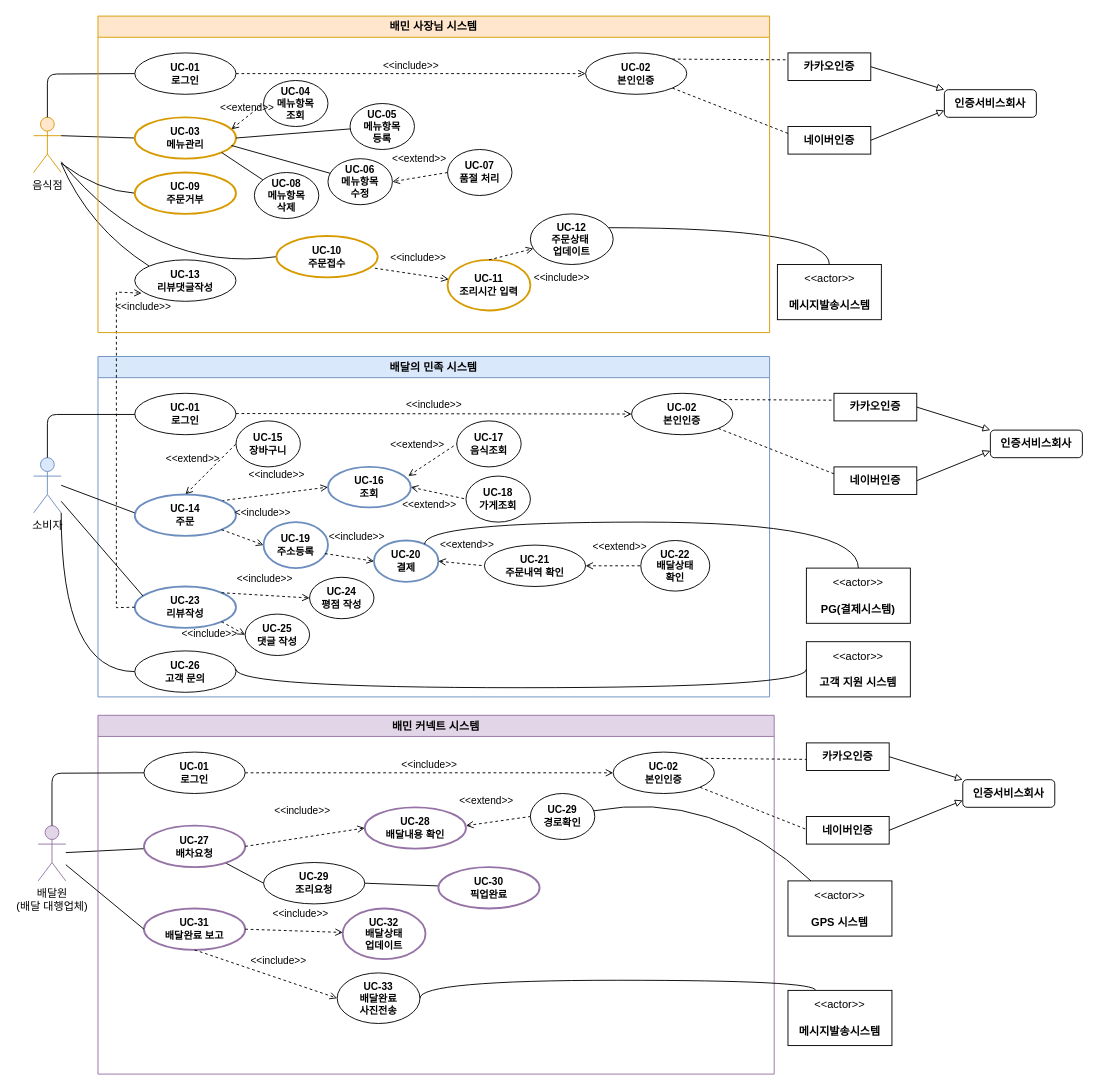
The draw.io diagram page "페이지-1" (1 of 3) of 소웨공 기말.drawio in hyun10144/Lecture3-1, before the edit. Source tidied: cells renumbered, new cells numbered last; positions are measured from the earlier drawing's top-left corner, leaving out a move shared by most shapes. Both pictures are drawn from the tidied source at 92%, with x=0, y=0 at pixel (33, 16).
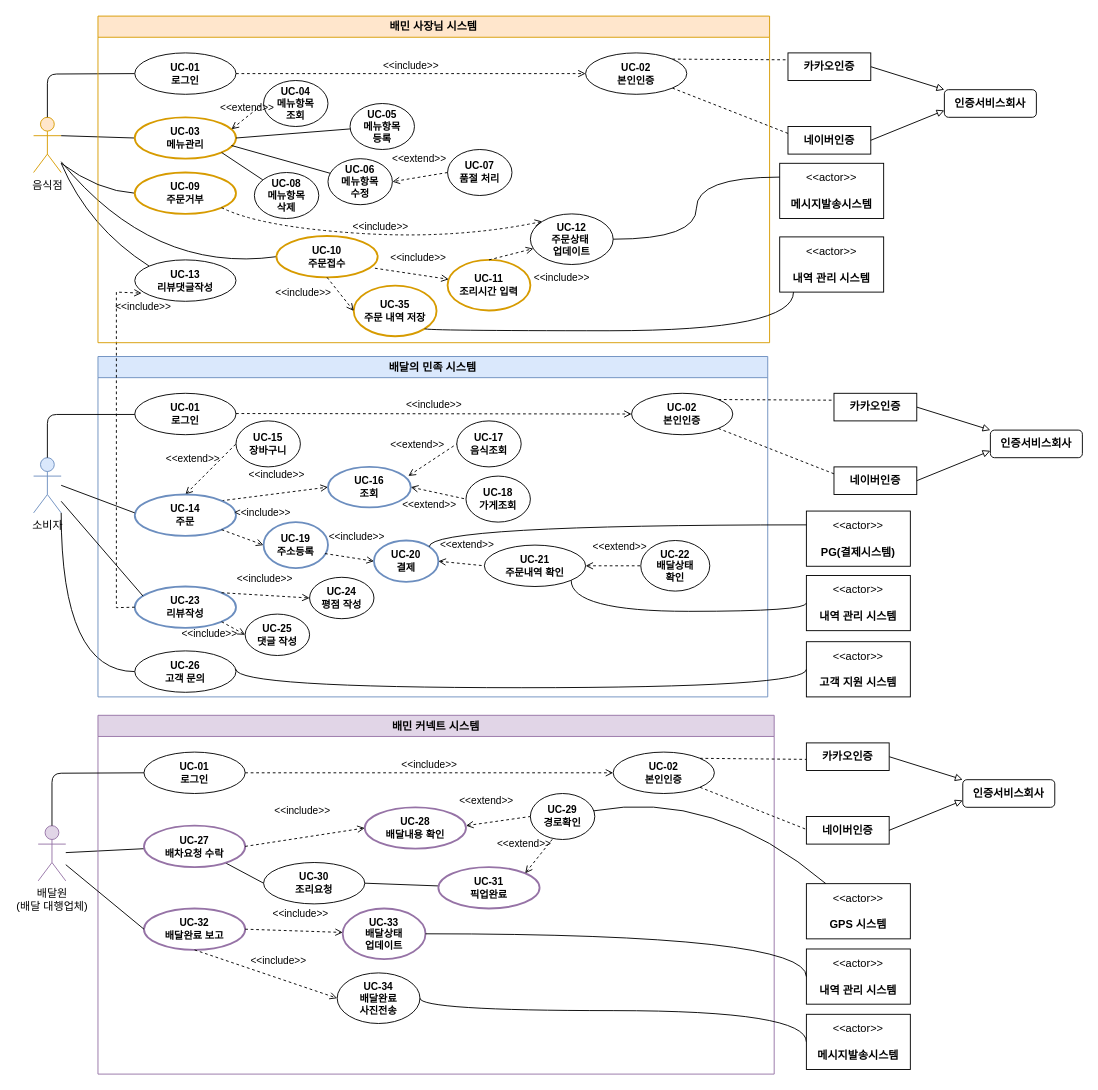
Above is the later version.

Commit message (it also covers changes not shown here):
소웨공 기말.drawio 업데이트

Unchanged cells that the change refers to:
```xml
<mxCell id="15" value="배민 커넥트 시스템" style="swimlane;whiteSpace=wrap;html=1;fillColor=#e1d5e7;strokeColor=#9673a6;" parent="1" vertex="1">
  <mxGeometry x="70" y="760" width="735" height="390" as="geometry" />
</mxCell>
<mxCell id="26" value="&lt;div&gt;&lt;b&gt;UC-29&lt;/b&gt;&lt;/div&gt;&lt;b&gt;경로확인&lt;/b&gt;" style="ellipse;whiteSpace=wrap;html=1;fontFamily=Helvetica;fontSize=11;fontColor=default;labelBackgroundColor=default;" parent="15" vertex="1">
  <mxGeometry x="470" y="85" width="70" height="50" as="geometry" />
</mxCell>
<mxCell id="37" value="&lt;div&gt;&lt;b&gt;UC-21&lt;/b&gt;&lt;/div&gt;&lt;b&gt;주문내역 확인&lt;/b&gt;" style="ellipse;whiteSpace=wrap;html=1;fontFamily=Helvetica;fontSize=11;fontColor=default;labelBackgroundColor=default;" parent="35" vertex="1">
  <mxGeometry x="420" y="205" width="110" height="45" as="geometry" />
</mxCell>
<mxCell id="45" value="&lt;div&gt;&lt;b&gt;UC-20&lt;/b&gt;&lt;/div&gt;&lt;b&gt;결제&lt;/b&gt;" style="ellipse;whiteSpace=wrap;html=1;fontFamily=Helvetica;fontSize=11;labelBackgroundColor=default;fillColor=none;strokeColor=#6c8ebf;strokeWidth=2;" parent="35" vertex="1">
  <mxGeometry x="300" y="200" width="70" height="45" as="geometry" />
</mxCell>
<mxCell id="95" value="&lt;div&gt;&lt;b&gt;UC-10&lt;/b&gt;&lt;/div&gt;&lt;b&gt;주문접수&lt;/b&gt;" style="ellipse;whiteSpace=wrap;html=1;fontFamily=Helvetica;fontSize=11;labelBackgroundColor=default;fillColor=none;strokeColor=#d79b00;strokeWidth=2;" parent="94" vertex="1">
  <mxGeometry x="194" y="239" width="110" height="45" as="geometry" />
</mxCell>
<mxCell id="98" value="&lt;div&gt;&lt;b&gt;UC-12&lt;/b&gt;&lt;/div&gt;&lt;b&gt;주문상태&amp;nbsp;&lt;/b&gt;&lt;div&gt;&lt;b&gt;업데이트&lt;/b&gt;&lt;/div&gt;" style="ellipse;whiteSpace=wrap;html=1;fontFamily=Helvetica;fontSize=11;fontColor=default;labelBackgroundColor=default;" parent="94" vertex="1">
  <mxGeometry x="470" y="215" width="90" height="55" as="geometry" />
</mxCell>
<mxCell id="116" value="&lt;div&gt;&lt;b&gt;UC-09&lt;/b&gt;&lt;/div&gt;&lt;b&gt;주문거부&lt;/b&gt;" style="ellipse;whiteSpace=wrap;html=1;fontFamily=Helvetica;fontSize=11;labelBackgroundColor=default;fillColor=none;strokeColor=#d79b00;strokeWidth=2;" parent="94" vertex="1">
  <mxGeometry x="40" y="170" width="110" height="45" as="geometry" />
</mxCell>
```

What changed in the source:
```diff
@@
-    <mxCell id="17" value="&lt;div&gt;&lt;b&gt;UC-31&lt;/b&gt;&lt;/div&gt;&lt;b&gt;배달완료 보고&lt;/b&gt;" style="ellipse;whiteSpace=wrap;html=1;fontFamily=Helvetica;fontSize=11;labelBackgroundColor=default;fillColor=none;strokeColor=#9673a6;strokeWidth=2;" parent="15" vertex="1">
+    <mxCell id="17" value="&lt;div&gt;&lt;b&gt;UC-32&lt;/b&gt;&lt;/div&gt;&lt;b&gt;배달완료 보고&lt;/b&gt;" style="ellipse;whiteSpace=wrap;html=1;fontFamily=Helvetica;fontSize=11;labelBackgroundColor=default;fillColor=none;strokeColor=#9673a6;strokeWidth=2;" parent="15" vertex="1">
       <mxGeometry x="50" y="210" width="110" height="45" as="geometry" />
     </mxCell>
@@
-    <mxCell id="20" value="&lt;div&gt;&lt;b&gt;UC-27&lt;/b&gt;&lt;/div&gt;&lt;b&gt;배차요청&lt;/b&gt;" style="ellipse;whiteSpace=wrap;html=1;fontFamily=Helvetica;fontSize=11;labelBackgroundColor=default;fillColor=none;strokeColor=#9673a6;strokeWidth=2;" parent="15" vertex="1">
+    <mxCell id="20" value="&lt;div&gt;&lt;b&gt;UC-27&lt;/b&gt;&lt;/div&gt;&lt;b&gt;배차요청 수락&lt;/b&gt;" style="ellipse;whiteSpace=wrap;html=1;fontFamily=Helvetica;fontSize=11;labelBackgroundColor=default;fillColor=none;strokeColor=#9673a6;strokeWidth=2;" parent="15" vertex="1">
       <mxGeometry x="50" y="120" width="110" height="45" as="geometry" />
     </mxCell>
@@
-    <mxCell id="28" value="&lt;div&gt;&lt;b&gt;UC-32&lt;/b&gt;&lt;/div&gt;&lt;b&gt;배달상태&lt;/b&gt;&lt;div&gt;&lt;b&gt;업데이트&lt;/b&gt;&lt;/div&gt;" style="ellipse;whiteSpace=wrap;html=1;fontFamily=Helvetica;fontSize=11;labelBackgroundColor=default;fillColor=none;strokeColor=#9673a6;strokeWidth=2;" parent="15" vertex="1">
+    <mxCell id="28" value="&lt;div&gt;&lt;b&gt;UC-33&lt;/b&gt;&lt;/div&gt;&lt;b&gt;배달상태&lt;/b&gt;&lt;div&gt;&lt;b&gt;업데이트&lt;/b&gt;&lt;/div&gt;" style="ellipse;whiteSpace=wrap;html=1;fontFamily=Helvetica;fontSize=11;labelBackgroundColor=default;fillColor=none;strokeColor=#9673a6;strokeWidth=2;" parent="15" vertex="1">
       <mxGeometry x="266" y="210" width="90" height="55" as="geometry" />
     </mxCell>
@@
-    <mxCell id="31" value="&lt;div&gt;&lt;b&gt;UC-29&lt;/b&gt;&lt;/div&gt;&lt;b&gt;조리요청&lt;/b&gt;" style="ellipse;whiteSpace=wrap;html=1;fontFamily=Helvetica;fontSize=11;fontColor=default;labelBackgroundColor=default;" parent="15" vertex="1">
+    <mxCell id="31" value="&lt;div&gt;&lt;b&gt;UC-30&lt;/b&gt;&lt;/div&gt;&lt;b&gt;조리요청&lt;/b&gt;" style="ellipse;whiteSpace=wrap;html=1;fontFamily=Helvetica;fontSize=11;fontColor=default;labelBackgroundColor=default;" parent="15" vertex="1">
       <mxGeometry x="180" y="160" width="110" height="45" as="geometry" />
     </mxCell>
-    <mxCell id="32" value="&lt;div&gt;&lt;b&gt;UC-30&lt;/b&gt;&lt;/div&gt;&lt;b&gt;픽업완료&lt;/b&gt;" style="ellipse;whiteSpace=wrap;html=1;fontFamily=Helvetica;fontSize=11;labelBackgroundColor=default;fillColor=none;strokeColor=#9673a6;strokeWidth=2;" parent="15" vertex="1">
+    <mxCell id="32" value="&lt;div&gt;&lt;b&gt;UC-31&lt;/b&gt;&lt;/div&gt;&lt;b&gt;픽업완료&lt;/b&gt;" style="ellipse;whiteSpace=wrap;html=1;fontFamily=Helvetica;fontSize=11;labelBackgroundColor=default;fillColor=none;strokeColor=#9673a6;strokeWidth=2;" parent="15" vertex="1">
       <mxGeometry x="370" y="165" width="110" height="45" as="geometry" />
     </mxCell>
@@
-    <mxCell id="34" value="&lt;div&gt;&lt;b&gt;UC-33&lt;/b&gt;&lt;/div&gt;&lt;b&gt;배달완료&lt;/b&gt;&lt;div&gt;&lt;b&gt;사진전송&lt;/b&gt;&lt;/div&gt;" style="ellipse;whiteSpace=wrap;html=1;fontFamily=Helvetica;fontSize=11;fontColor=default;labelBackgroundColor=default;" parent="15" vertex="1">
+    <mxCell id="34" value="&lt;div&gt;&lt;b&gt;UC-34&lt;/b&gt;&lt;/div&gt;&lt;b&gt;배달완료&lt;/b&gt;&lt;div&gt;&lt;b&gt;사진전송&lt;/b&gt;&lt;/div&gt;" style="ellipse;whiteSpace=wrap;html=1;fontFamily=Helvetica;fontSize=11;fontColor=default;labelBackgroundColor=default;" parent="15" vertex="1">
       <mxGeometry x="260" y="280" width="90" height="55" as="geometry" />
     </mxCell>
+    <mxCell id="117" value="&amp;lt;&amp;lt;extend&amp;gt;&amp;gt;" style="html=1;verticalAlign=bottom;labelBackgroundColor=none;endArrow=none;endFill=0;dashed=1;rounded=0;entryX=0.354;entryY=0.972;entryDx=0;entryDy=0;startArrow=open;startFill=0;exitX=1;exitY=0;exitDx=0;exitDy=0;entryPerimeter=0;" parent="15" edge="1" source="32" target="26">
+      <mxGeometry x="-0.31" y="15" relative="1" as="geometry" />
+    </mxCell>
     <mxCell id="35" value="배달의 민족 시스템" style="swimlane;whiteSpace=wrap;html=1;fillColor=#dae8fc;strokeColor=#6c8ebf;" parent="1" vertex="1">
-      <mxGeometry x="70" y="370" width="730" height="370" as="geometry" />
+      <mxGeometry x="70" y="370" width="728" height="370" as="geometry" />
     </mxCell>
@@
     <mxCell id="77" value="&amp;lt;&amp;lt;actor&amp;gt;&amp;gt;&lt;br&gt;&lt;br&gt;&lt;b&gt;PG(결제시스템)&lt;/b&gt;" style="html=1;align=center;verticalAlign=middle;dashed=0;whiteSpace=wrap;" parent="1" vertex="1">
-      <mxGeometry x="840" y="600" width="113" height="60" as="geometry" />
+      <mxGeometry x="840" y="538" width="113" height="60" as="geometry" />
     </mxCell>
-    <mxCell id="78" style="edgeStyle=orthogonalEdgeStyle;rounded=0;jettySize=auto;html=1;entryX=0.5;entryY=0;entryDx=0;entryDy=0;curved=1;endArrow=none;endFill=0;" parent="1" edge="1" source="45" target="77">
-      <mxGeometry relative="1" as="geometry">
-        <Array as="points">
-          <mxPoint x="425" y="550" />
-          <mxPoint x="896" y="550" />
-        </Array>
-      </mxGeometry>
-    </mxCell>
     <mxCell id="79" value="&amp;lt;&amp;lt;actor&amp;gt;&amp;gt;&lt;br&gt;&lt;br&gt;&lt;b&gt;메시지발송시스템&lt;/b&gt;" style="html=1;align=center;verticalAlign=middle;dashed=0;whiteSpace=wrap;" parent="1" vertex="1">
-      <mxGeometry x="808.5" y="270" width="113" height="60" as="geometry" />
+      <mxGeometry x="811" y="160" width="113" height="60" as="geometry" />
     </mxCell>
-    <mxCell id="80" style="edgeStyle=orthogonalEdgeStyle;rounded=0;jettySize=auto;html=1;curved=1;endArrow=none;endFill=0;entryX=0.5;entryY=0;entryDx=0;entryDy=0;" parent="1" edge="1" source="98" target="79">
-      <mxGeometry relative="1" as="geometry">
-        <Array as="points">
-          <mxPoint x="865" y="230" />
-        </Array>
-      </mxGeometry>
-    </mxCell>
@@
     <mxCell id="86" value="&amp;lt;&amp;lt;actor&amp;gt;&amp;gt;&lt;br&gt;&lt;br&gt;&lt;b&gt;GPS 시스템&lt;/b&gt;" style="html=1;align=center;verticalAlign=middle;dashed=0;whiteSpace=wrap;" parent="1" vertex="1">
-      <mxGeometry x="820" y="940" width="113" height="60" as="geometry" />
+      <mxGeometry x="840" y="943" width="113" height="60" as="geometry" />
     </mxCell>
@@
-    <mxCell id="92" style="edgeStyle=orthogonalEdgeStyle;rounded=0;jettySize=auto;html=1;entryX=1;entryY=0.5;entryDx=0;entryDy=0;curved=1;endArrow=none;endFill=0;" parent="1" edge="1" source="93" target="34">
+    <mxCell id="92" style="edgeStyle=orthogonalEdgeStyle;rounded=0;jettySize=auto;html=1;entryX=1;entryY=0.5;entryDx=0;entryDy=0;curved=1;endArrow=none;endFill=0;exitX=0;exitY=0.5;exitDx=0;exitDy=0;" parent="1" edge="1" source="93" target="34">
       <mxGeometry relative="1" as="geometry">
         <Array as="points">
-          <mxPoint x="850" y="1048" />
-          <mxPoint x="420" y="1048" />
+          <mxPoint x="840" y="1081" />
+          <mxPoint x="420" y="1081" />
         </Array>
       </mxGeometry>
     </mxCell>
     <mxCell id="93" value="&amp;lt;&amp;lt;actor&amp;gt;&amp;gt;&lt;br&gt;&lt;br&gt;&lt;b&gt;메시지발송시스템&lt;/b&gt;" style="html=1;align=center;verticalAlign=middle;dashed=0;whiteSpace=wrap;" parent="1" vertex="1">
-      <mxGeometry x="820" y="1059" width="113" height="60" as="geometry" />
+      <mxGeometry x="840" y="1085" width="113" height="60" as="geometry" />
     </mxCell>
     <mxCell id="94" value="배민 사장님 시스템" style="swimlane;whiteSpace=wrap;html=1;fillColor=#ffe6cc;strokeColor=#d79b00;" parent="1" vertex="1">
-      <mxGeometry x="70" width="730" height="344" as="geometry" />
+      <mxGeometry x="70" width="730" height="355" as="geometry" />
     </mxCell>
@@
+    <mxCell id="118" value="&amp;lt;&amp;lt;include&amp;gt;&amp;gt;" style="html=1;verticalAlign=bottom;labelBackgroundColor=none;endArrow=open;endFill=0;dashed=1;rounded=0;entryX=0;entryY=0;entryDx=0;entryDy=0;exitX=1;exitY=1;exitDx=0;exitDy=0;curved=1;" parent="94" edge="1" source="116" target="98">
+      <mxGeometry relative="1" as="geometry">
+        <Array as="points">
+          <mxPoint x="176" y="229" />
+          <mxPoint x="388" y="243" />
+        </Array>
+      </mxGeometry>
+    </mxCell>
+    <mxCell id="119" value="&lt;div&gt;&lt;b&gt;UC-35&lt;/b&gt;&lt;/div&gt;&lt;b&gt;주문 내역 저장&lt;/b&gt;" style="ellipse;whiteSpace=wrap;html=1;fontFamily=Helvetica;fontSize=11;labelBackgroundColor=default;fillColor=none;strokeColor=#d79b00;strokeWidth=2;" parent="94" vertex="1">
+      <mxGeometry x="278" y="293" width="90" height="55" as="geometry" />
+    </mxCell>
+    <mxCell id="120" value="&amp;lt;&amp;lt;include&amp;gt;&amp;gt;" style="html=1;verticalAlign=bottom;labelBackgroundColor=none;endArrow=open;endFill=0;dashed=1;rounded=0;exitX=0.5;exitY=1;exitDx=0;exitDy=0;entryX=0;entryY=0.5;entryDx=0;entryDy=0;" parent="94" edge="1" source="95" target="119">
+      <mxGeometry x="-0.82" y="-37" relative="1" as="geometry" />
+    </mxCell>
+    <mxCell id="80" style="edgeStyle=orthogonalEdgeStyle;rounded=0;jettySize=auto;html=1;exitX=1;exitY=0.5;exitDx=0;exitDy=0;entryX=0;entryY=0.25;entryDx=0;entryDy=0;curved=1;endArrow=none;endFill=0;" parent="1" edge="1" source="98" target="79">
+      <mxGeometry relative="1" as="geometry" />
+    </mxCell>
+    <mxCell id="121" value="&amp;lt;&amp;lt;actor&amp;gt;&amp;gt;&lt;br&gt;&lt;br&gt;&lt;b&gt;내역 관리 시스템&lt;/b&gt;" style="html=1;align=center;verticalAlign=middle;dashed=0;whiteSpace=wrap;" parent="1" vertex="1">
+      <mxGeometry x="811" y="240" width="113" height="60" as="geometry" />
+    </mxCell>
+    <mxCell id="122" style="edgeStyle=orthogonalEdgeStyle;rounded=0;jettySize=auto;html=1;exitX=1;exitY=1;exitDx=0;exitDy=0;curved=1;endArrow=none;endFill=0;" parent="1" edge="1" source="119" target="121">
+      <mxGeometry relative="1" as="geometry">
+        <Array as="points">
+          <mxPoint x="425" y="342" />
+          <mxPoint x="826" y="342" />
+        </Array>
+      </mxGeometry>
+    </mxCell>
+    <mxCell id="123" value="&amp;lt;&amp;lt;actor&amp;gt;&amp;gt;&lt;br&gt;&lt;br&gt;&lt;b&gt;내역 관리 시스템&lt;/b&gt;" style="html=1;align=center;verticalAlign=middle;dashed=0;whiteSpace=wrap;" parent="1" vertex="1">
+      <mxGeometry x="840" y="608" width="113" height="60" as="geometry" />
+    </mxCell>
+    <mxCell id="78" style="edgeStyle=orthogonalEdgeStyle;rounded=0;jettySize=auto;html=1;exitX=1;exitY=0;exitDx=0;exitDy=0;entryX=0;entryY=0.25;entryDx=0;entryDy=0;curved=1;endArrow=none;endFill=0;" parent="1" edge="1" source="45" target="77">
+      <mxGeometry relative="1" as="geometry">
+        <Array as="points">
+          <mxPoint x="430" y="553" />
+          <mxPoint x="840" y="553" />
+        </Array>
+      </mxGeometry>
+    </mxCell>
+    <mxCell id="124" style="edgeStyle=orthogonalEdgeStyle;rounded=0;jettySize=auto;html=1;exitX=1;exitY=1;exitDx=0;exitDy=0;entryX=0;entryY=0.5;entryDx=0;entryDy=0;curved=1;endArrow=none;endFill=0;" parent="1" edge="1" source="37" target="123">
+      <mxGeometry relative="1" as="geometry">
+        <Array as="points">
+          <mxPoint x="584" y="647" />
+          <mxPoint x="840" y="647" />
+        </Array>
+      </mxGeometry>
+    </mxCell>
+    <mxCell id="125" value="&amp;lt;&amp;lt;actor&amp;gt;&amp;gt;&lt;br&gt;&lt;br&gt;&lt;b&gt;내역 관리 시스템&lt;/b&gt;" style="html=1;align=center;verticalAlign=middle;dashed=0;whiteSpace=wrap;" parent="1" vertex="1">
+      <mxGeometry x="840" y="1014" width="113" height="60" as="geometry" />
+    </mxCell>
+    <mxCell id="126" style="edgeStyle=orthogonalEdgeStyle;rounded=0;jettySize=auto;html=1;exitX=1;exitY=0.5;exitDx=0;exitDy=0;entryX=0;entryY=0.5;entryDx=0;entryDy=0;curved=1;endArrow=none;endFill=0;" parent="1" edge="1" source="28" target="125">
+      <mxGeometry relative="1" as="geometry">
+        <Array as="points">
+          <mxPoint x="840" y="998" />
+        </Array>
+      </mxGeometry>
+    </mxCell>
```
